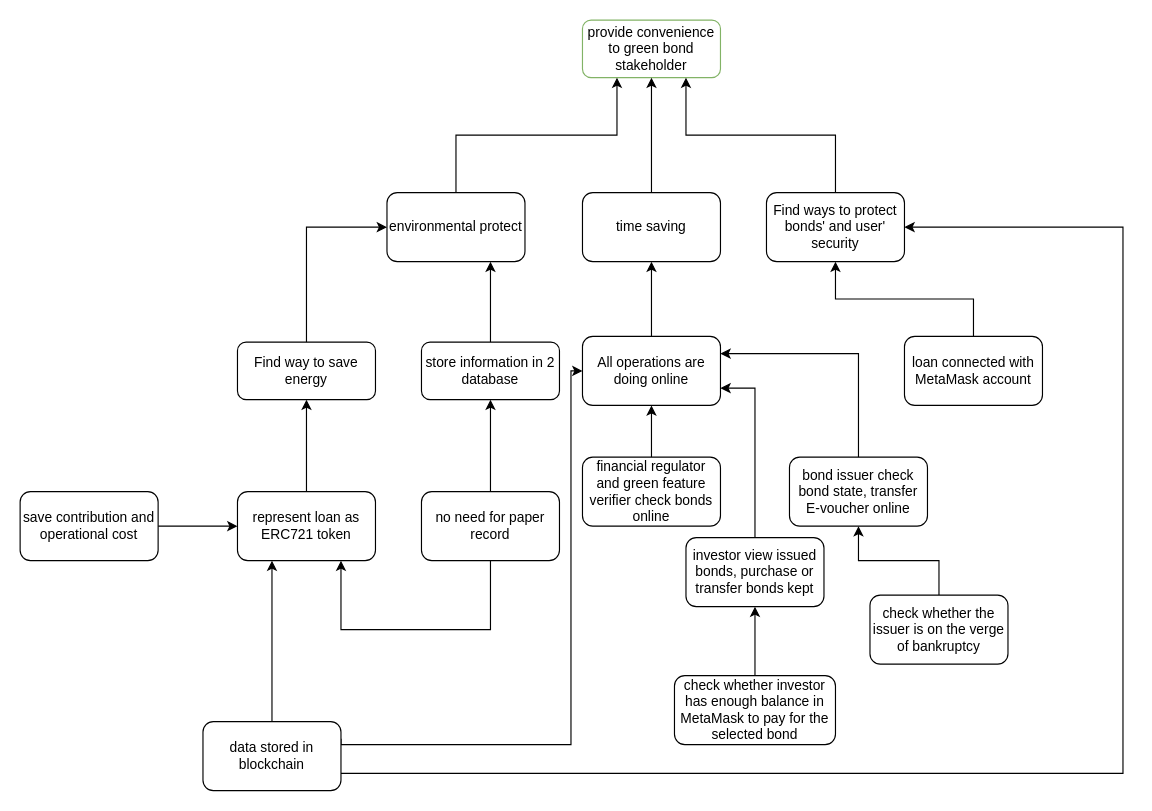
This is Untitled Diagram.drawio from XXX-L033/blockchain, a draw.io file, before an edit. Source tidied: cells renumbered, new cells numbered last; positions are measured from the earlier drawing's top-left corner, leaving out a move shared by most shapes. Both pictures are drawn from the tidied source at 115%, with x=0, y=0 at pixel (20, 20).
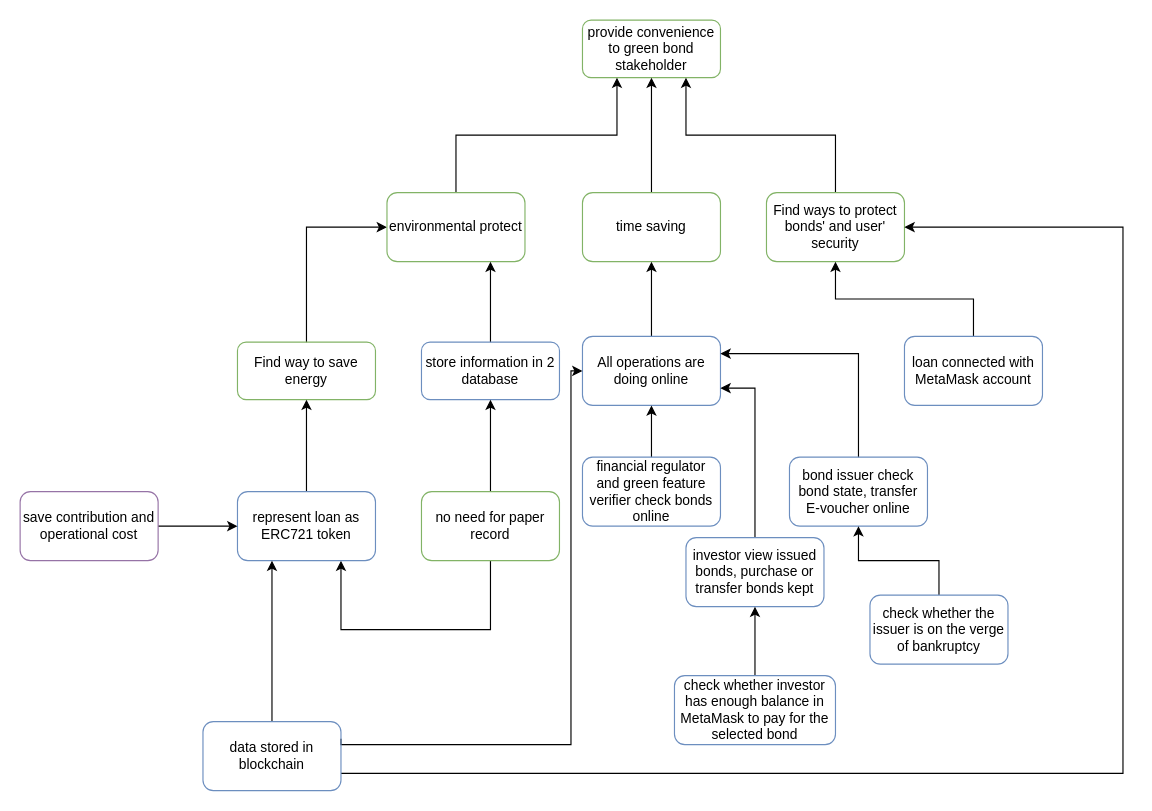
The same page after the edit.

Commit message:
goal feature mapping.drawio

Change to the diagram source:
```diff
@@
-    <mxCell id="4" value="time saving" style="rounded=1;whiteSpace=wrap;html=1;" parent="1" vertex="1">
+    <mxCell id="4" value="time saving" style="rounded=1;whiteSpace=wrap;html=1;strokeColor=#82b366;fillColor=none;" parent="1" vertex="1">
       <mxGeometry x="489" y="150" width="120" height="60" as="geometry" />
     </mxCell>
@@
-    <mxCell id="6" value="Find way to save energy" style="rounded=1;whiteSpace=wrap;html=1;" parent="1" vertex="1">
+    <mxCell id="6" value="Find way to save energy" style="rounded=1;whiteSpace=wrap;html=1;strokeColor=#82b366;fillColor=none;" parent="1" vertex="1">
       <mxGeometry x="189" y="280" width="120" height="50" as="geometry" />
     </mxCell>
@@
-    <mxCell id="8" value="environmental protect" style="rounded=1;whiteSpace=wrap;html=1;" parent="1" vertex="1">
+    <mxCell id="8" value="environmental protect" style="rounded=1;whiteSpace=wrap;html=1;strokeColor=#82b366;fillColor=none;" parent="1" vertex="1">
       <mxGeometry x="319" y="150" width="120" height="60" as="geometry" />
     </mxCell>
@@
-    <mxCell id="10" value="Find ways to protect bonds' and user' security" style="rounded=1;whiteSpace=wrap;html=1;" parent="1" vertex="1">
+    <mxCell id="10" value="Find ways to protect bonds' and user' security" style="rounded=1;whiteSpace=wrap;html=1;strokeColor=#82b366;fillColor=none;" parent="1" vertex="1">
       <mxGeometry x="649" y="150" width="120" height="60" as="geometry" />
     </mxCell>
@@
-    <mxCell id="12" value="store information in 2 database" style="rounded=1;whiteSpace=wrap;html=1;" parent="1" vertex="1">
+    <mxCell id="12" value="store information in 2 database" style="rounded=1;whiteSpace=wrap;html=1;strokeColor=#6c8ebf;fillColor=none;" parent="1" vertex="1">
       <mxGeometry x="349" y="280" width="120" height="50" as="geometry" />
     </mxCell>
@@
-    <mxCell id="14" value="All operations are doing online" style="rounded=1;whiteSpace=wrap;html=1;" parent="1" vertex="1">
+    <mxCell id="14" value="All operations are doing online" style="rounded=1;whiteSpace=wrap;html=1;strokeColor=#6c8ebf;fillColor=none;" parent="1" vertex="1">
       <mxGeometry x="489" y="275" width="120" height="60" as="geometry" />
     </mxCell>
@@
-    <mxCell id="17" value="no need for paper record" style="rounded=1;whiteSpace=wrap;html=1;" parent="1" vertex="1">
+    <mxCell id="17" value="no need for paper record" style="rounded=1;whiteSpace=wrap;html=1;strokeColor=#82b366;fillColor=none;" parent="1" vertex="1">
       <mxGeometry x="349" y="410" width="120" height="60" as="geometry" />
     </mxCell>
@@
-    <mxCell id="19" value="represent loan as ERC721 token" style="rounded=1;whiteSpace=wrap;html=1;" parent="1" vertex="1">
+    <mxCell id="19" value="represent loan as ERC721 token" style="rounded=1;whiteSpace=wrap;html=1;strokeColor=#6c8ebf;fillColor=none;" parent="1" vertex="1">
       <mxGeometry x="189" y="410" width="120" height="60" as="geometry" />
     </mxCell>
@@
-    <mxCell id="21" value="save contribution and operational cost" style="rounded=1;whiteSpace=wrap;html=1;" parent="1" vertex="1">
+    <mxCell id="21" value="save contribution and operational cost" style="rounded=1;whiteSpace=wrap;html=1;strokeColor=#9673a6;fillColor=none;" parent="1" vertex="1">
       <mxGeometry y="410" width="120" height="60" as="geometry" />
     </mxCell>
@@
-    <mxCell id="23" value="financial regulator and green feature verifier check bonds online" style="rounded=1;whiteSpace=wrap;html=1;" parent="1" vertex="1">
+    <mxCell id="23" value="financial regulator and green feature verifier check bonds online" style="rounded=1;whiteSpace=wrap;html=1;strokeColor=#6c8ebf;fillColor=none;" parent="1" vertex="1">
       <mxGeometry x="489" y="380" width="120" height="60" as="geometry" />
     </mxCell>
@@
-    <mxCell id="27" value="data stored in blockchain" style="rounded=1;whiteSpace=wrap;html=1;" parent="1" vertex="1">
+    <mxCell id="27" value="data stored in blockchain" style="rounded=1;whiteSpace=wrap;html=1;strokeColor=#6c8ebf;fillColor=none;" parent="1" vertex="1">
       <mxGeometry x="159" y="610" width="120" height="60" as="geometry" />
     </mxCell>
@@
-    <mxCell id="29" value="bond issuer check bond state, transfer E-voucher online" style="rounded=1;whiteSpace=wrap;html=1;" parent="1" vertex="1">
+    <mxCell id="29" value="bond issuer check bond state, transfer E-voucher online" style="rounded=1;whiteSpace=wrap;html=1;strokeColor=#6c8ebf;fillColor=none;" parent="1" vertex="1">
       <mxGeometry x="669" y="380" width="120" height="60" as="geometry" />
     </mxCell>
@@
-    <mxCell id="31" value="investor view issued bonds, purchase or transfer bonds kept" style="rounded=1;whiteSpace=wrap;html=1;" parent="1" vertex="1">
+    <mxCell id="31" value="investor view issued bonds, purchase or transfer bonds kept" style="rounded=1;whiteSpace=wrap;html=1;strokeColor=#6c8ebf;fillColor=none;" parent="1" vertex="1">
       <mxGeometry x="579" y="450" width="120" height="60" as="geometry" />
     </mxCell>
@@
-    <mxCell id="33" value="check whether investor has enough balance in MetaMask to pay for the selected bond" style="rounded=1;whiteSpace=wrap;html=1;" parent="1" vertex="1">
+    <mxCell id="33" value="check whether investor has enough balance in MetaMask to pay for the selected bond" style="rounded=1;whiteSpace=wrap;html=1;strokeColor=#6c8ebf;fillColor=none;" parent="1" vertex="1">
       <mxGeometry x="569" y="570" width="140" height="60" as="geometry" />
     </mxCell>
@@
-    <mxCell id="35" value="check whether the issuer is on the verge of bankruptcy" style="rounded=1;whiteSpace=wrap;html=1;" parent="1" vertex="1">
+    <mxCell id="35" value="check whether the issuer is on the verge of bankruptcy" style="rounded=1;whiteSpace=wrap;html=1;strokeColor=#6c8ebf;fillColor=none;" parent="1" vertex="1">
       <mxGeometry x="739" y="500" width="120" height="60" as="geometry" />
     </mxCell>
@@
-    <mxCell id="37" value="loan connected with MetaMask account" style="rounded=1;whiteSpace=wrap;html=1;fillColor=none;gradientColor=none;" parent="1" vertex="1">
+    <mxCell id="37" value="loan connected with MetaMask account" style="rounded=1;whiteSpace=wrap;html=1;strokeColor=#6c8ebf;fillColor=none;" parent="1" vertex="1">
       <mxGeometry x="769" y="275" width="120" height="60" as="geometry" />
     </mxCell>
```
